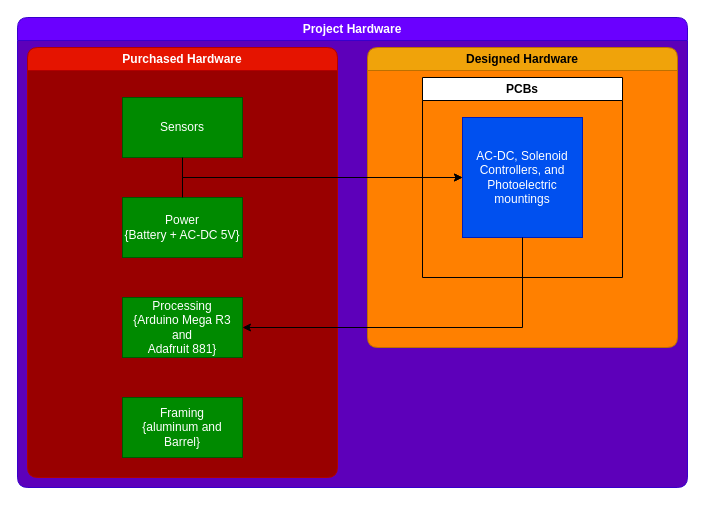
Earlier version of the draw.io diagram DRAW.IO/Hardware Block Diagram.drawio (will4269/capstone). Source tidied: cells renumbered, new cells numbered last; positions are measured from the earlier drawing's top-left corner, leaving out a move shared by most shapes. Both pictures are drawn from the tidied source at 100%, with x=0, y=0 at pixel (17, 17).
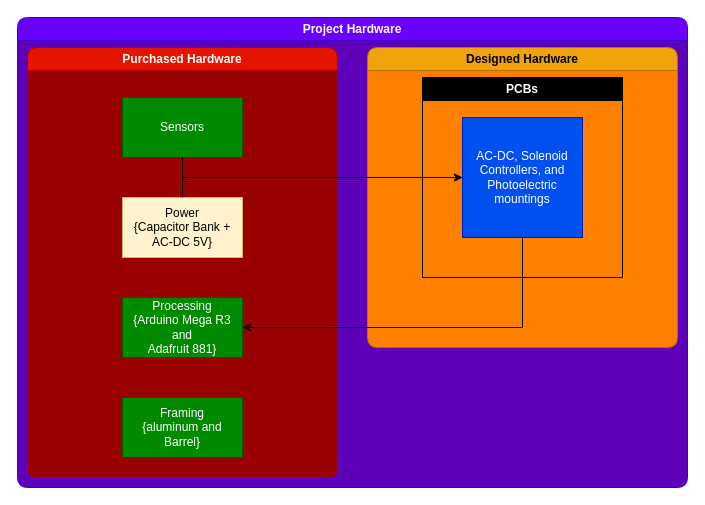
Above is the later version.

Diff of the diagram source:
```diff
@@
 <mxGraphModel>
   <root>
     <mxCell id="0" />
     <mxCell id="1" parent="0" />
     <mxCell id="2" value="Project Hardware" style="swimlane;whiteSpace=wrap;html=1;fillColor=#6a00ff;fontColor=#ffffff;strokeColor=#3700CC;gradientColor=none;rounded=1;shadow=0;glass=0;swimlaneFillColor=#5D00BA;" parent="1" vertex="1">
       <mxGeometry width="670" height="470" as="geometry" />
     </mxCell>
     <mxCell id="3" value="Purchased Hardware" style="swimlane;whiteSpace=wrap;html=1;fillColor=#e51400;fontColor=#ffffff;strokeColor=#B20000;swimlaneFillColor=#990000;rounded=1;" parent="2" vertex="1">
       <mxGeometry x="10" y="30" width="310" height="430" as="geometry" />
     </mxCell>
     <mxCell id="4" value="Sensors" style="rounded=0;whiteSpace=wrap;html=1;fillColor=#008a00;fontColor=#ffffff;strokeColor=#005700;" parent="3" vertex="1">
       <mxGeometry x="95" y="50" width="120" height="60" as="geometry" />
     </mxCell>
-    <mxCell id="5" value="Power&lt;br&gt;{Battery + AC-DC 5V}" style="rounded=0;whiteSpace=wrap;html=1;fillColor=#008a00;fontColor=#ffffff;strokeColor=#005700;" parent="3" vertex="1">
+    <mxCell id="5" value="Power&lt;br&gt;{Capacitor Bank + AC-DC 5V}" style="rounded=0;whiteSpace=wrap;html=1;fillColor=#fff2cc;strokeColor=#d6b656;" parent="3" vertex="1">
       <mxGeometry x="95" y="150" width="120" height="60" as="geometry" />
     </mxCell>
     <mxCell id="6" value="Processing&lt;br&gt;{Arduino Mega R3 and&lt;br&gt;Adafruit 881}" style="rounded=0;whiteSpace=wrap;html=1;fillColor=#008a00;fontColor=#ffffff;strokeColor=#005700;" parent="3" vertex="1">
       <mxGeometry x="95" y="250" width="120" height="60" as="geometry" />
     </mxCell>
     <mxCell id="7" value="Framing&lt;br&gt;{aluminum and Barrel}" style="rounded=0;whiteSpace=wrap;html=1;fillColor=#008a00;fontColor=#ffffff;strokeColor=#005700;" parent="3" vertex="1">
       <mxGeometry x="95" y="350" width="120" height="60" as="geometry" />
     </mxCell>
     <mxCell id="8" value="Designed Hardware" style="swimlane;whiteSpace=wrap;html=1;fillColor=#f0a30a;fontColor=#000000;strokeColor=#BD7000;swimlaneFillColor=#FF8000;rounded=1;" parent="2" vertex="1">
       <mxGeometry x="350" y="30" width="310" height="300" as="geometry" />
     </mxCell>
-    <mxCell id="9" value="PCBs" style="swimlane;whiteSpace=wrap;html=1;" parent="8" vertex="1">
+    <mxCell id="9" value="&lt;font color=&quot;#ffffff&quot;&gt;PCBs&lt;/font&gt;" style="swimlane;whiteSpace=wrap;html=1;fillColor=#000000;" parent="8" vertex="1">
       <mxGeometry x="55" y="30" width="200" height="200" as="geometry" />
     </mxCell>
     <mxCell id="10" value="AC-DC, Solenoid Controllers, and Photoelectric mountings" style="rounded=0;whiteSpace=wrap;html=1;fillColor=#0050ef;fontColor=#ffffff;strokeColor=#001DBC;" parent="9" vertex="1">
       <mxGeometry x="40" y="40" width="120" height="120" as="geometry" />
     </mxCell>
     <mxCell id="11" style="edgeStyle=orthogonalEdgeStyle;rounded=0;jettySize=auto;html=1;exitX=0.5;exitY=1;exitDx=0;exitDy=0;" parent="2" edge="1" source="4" target="10">
       <mxGeometry relative="1" as="geometry" />
     </mxCell>
     <mxCell id="12" style="edgeStyle=orthogonalEdgeStyle;rounded=0;jettySize=auto;html=1;exitX=0.5;exitY=0;exitDx=0;exitDy=0;entryX=0;entryY=0.5;entryDx=0;entryDy=0;" parent="2" edge="1" source="5" target="10">
       <mxGeometry relative="1" as="geometry" />
     </mxCell>
     <mxCell id="13" style="edgeStyle=orthogonalEdgeStyle;rounded=0;jettySize=auto;html=1;exitX=0.5;exitY=1;exitDx=0;exitDy=0;entryX=1;entryY=0.5;entryDx=0;entryDy=0;" parent="2" edge="1" source="10" target="6">
       <mxGeometry relative="1" as="geometry" />
     </mxCell>
   </root>
 </mxGraphModel>
```
